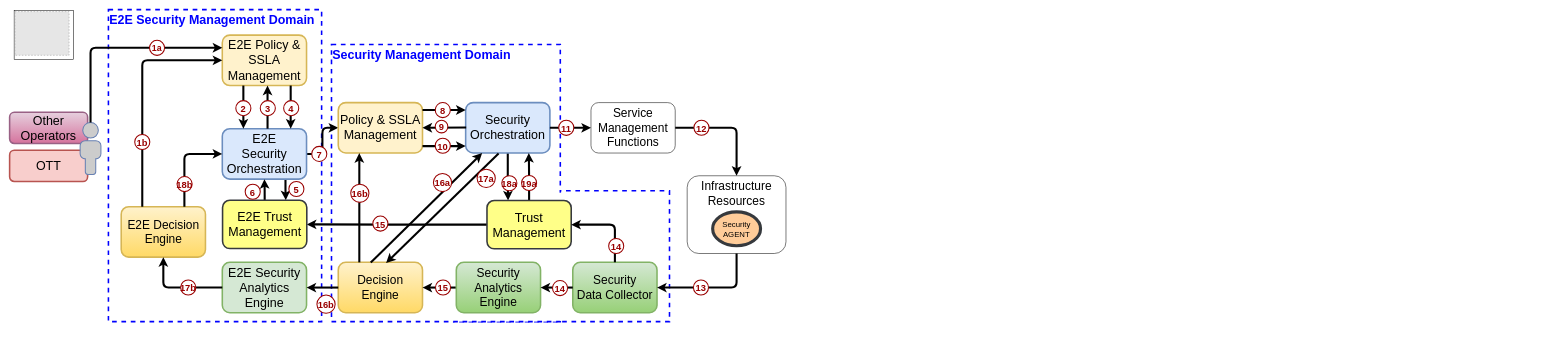
Earlier version of the draw.io diagram page "Closed Loops V2" (3 of 3) of Architecture2.drawio (INSPIRE-5Gplus/inspire5gpluswp2architecture). Source tidied: cells renumbered, new cells numbered last; positions are measured from the earlier drawing's top-left corner, leaving out a move shared by most shapes. Both pictures are drawn from the tidied source at 52%, with x=0, y=0 at pixel (9, 9). Pictures stored in the file or linked from it are replaced by grey dashed boxes.
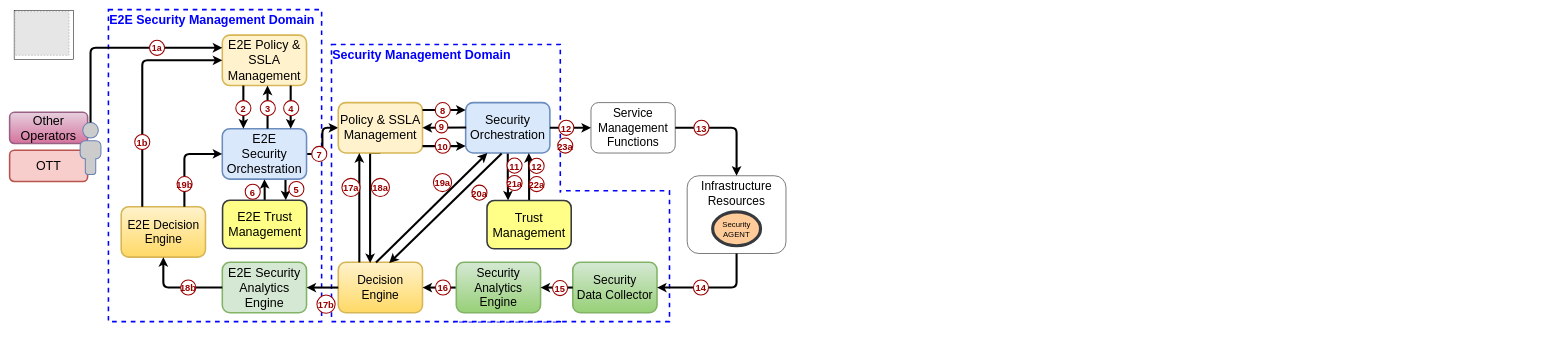
Above is the later version.

Commit message (it also covers changes not shown here):
Last closed loop version for D2.2

The change refers to these unchanged cells:
```xml
<mxCell id="14" style="group;" parent="1" vertex="1">
  <mxGeometry x="860" y="255.5" width="2100" height="409" as="geometry" />
</mxCell>
<mxCell id="15" value="Decision Engine" style="rounded=1;whiteSpace=wrap;html=1;gradientColor=#ffd966;fillColor=#fff2cc;strokeColor=#d6b656;labelPosition=center;verticalLabelPosition=middle;align=center;verticalAlign=middle;fontSize=23;strokeWidth=3;" parent="14" vertex="1">
  <mxGeometry x="-228" y="231.5" width="162" height="97" as="geometry" />
</mxCell>
<mxCell id="16" value="Security&lt;br&gt;Data Collector" style="rounded=1;whiteSpace=wrap;html=1;gradientColor=#97d077;fillColor=#d5e8d4;strokeColor=#82b366;labelPosition=center;verticalLabelPosition=middle;align=center;verticalAlign=middle;fontSize=23;strokeWidth=3;" parent="14" vertex="1">
  <mxGeometry x="223" y="231.5" width="162" height="97" as="geometry" />
</mxCell>
<mxCell id="27" value="Security&lt;br&gt;Orchestration" style="rounded=1;whiteSpace=wrap;html=1;strokeWidth=3;fillColor=#dae8fc;fontSize=24;strokeColor=#6c8ebf;verticalAlign=middle;" parent="1" vertex="1">
  <mxGeometry x="877" y="179.8" width="162" height="97" as="geometry" />
</mxCell>
<mxCell id="28" value="Policy &amp;amp; SSLA Management" style="rounded=1;whiteSpace=wrap;html=1;strokeWidth=3;fillColor=#fff2cc;fontSize=24;strokeColor=#d6b656;verticalAlign=middle;" parent="1" vertex="1">
  <mxGeometry x="632" y="179.8" width="162" height="97" as="geometry" />
</mxCell>
<mxCell id="67" value="Trust Management" style="rounded=1;whiteSpace=wrap;html=1;strokeWidth=3;fillColor=#ffff88;fontSize=24;strokeColor=#36393d;verticalAlign=middle;" parent="1" vertex="1">
  <mxGeometry x="918" y="368" width="162" height="93" as="geometry" />
</mxCell>
<mxCell id="74" value="E2E Trust Management" style="rounded=1;whiteSpace=wrap;html=1;strokeWidth=3;fillColor=#ffff88;fontSize=24;strokeColor=#36393d;verticalAlign=middle;" parent="1" vertex="1">
  <mxGeometry x="409.5" y="367.5" width="162" height="93" as="geometry" />
</mxCell>
```

Change to the diagram source:
```diff
@@
+    <mxCell id="79" value="23a" style="ellipse;fillColor=#ffffff;fontSize=18;fontStyle=1;spacing=0;strokeColor=#990000;strokeWidth=2;fontColor=#990000;" parent="14" vertex="1">
+      <mxGeometry x="194" y="-7.5" width="29" height="29" as="geometry" />
+    </mxCell>
@@
+    <mxCell id="80" style="edgeStyle=orthogonalEdgeStyle;rounded=0;jettySize=auto;html=1;exitX=0.5;exitY=1;exitDx=0;exitDy=0;entryX=0.378;entryY=0.015;entryDx=0;entryDy=0;entryPerimeter=0;strokeWidth=4;" parent="1" edge="1" source="28" target="15">
+      <mxGeometry relative="1" as="geometry">
+        <Array as="points">
+          <mxPoint x="693" y="277" />
+        </Array>
+      </mxGeometry>
+    </mxCell>
@@
-    <mxCell id="36" style="endArrow=classic;html=1;strokeWidth=4;fontSize=16;exitX=0.75;exitY=0;exitDx=0;exitDy=0;" parent="1" edge="1" target="27">
+    <mxCell id="36" style="endArrow=classic;html=1;strokeWidth=4;fontSize=16;exitX=0.75;exitY=0;exitDx=0;exitDy=0;" parent="1" edge="1">
       <mxGeometry relative="1" as="geometry">
-        <mxPoint x="694.5" y="487.5" as="sourcePoint" />
+        <mxPoint x="704.5" y="487.5" as="sourcePoint" />
+        <mxPoint x="918.7" y="276.8" as="targetPoint" />
       </mxGeometry>
     </mxCell>
@@
-    <mxCell id="44" value="11" style="ellipse;fillColor=#ffffff;fontSize=18;fontStyle=1;spacing=0;strokeColor=#990000;strokeWidth=2;fontColor=#990000;" parent="1" vertex="1">
+    <mxCell id="44" value="12" style="ellipse;fillColor=#ffffff;fontSize=18;fontStyle=1;spacing=0;strokeColor=#990000;strokeWidth=2;fontColor=#990000;" parent="1" vertex="1">
       <mxGeometry x="1056" y="213.8" width="29" height="29" as="geometry" />
     </mxCell>
-    <mxCell id="45" value="12" style="ellipse;fillColor=#ffffff;fontSize=18;fontStyle=1;spacing=0;strokeColor=#990000;strokeWidth=2;fontColor=#990000;" parent="1" vertex="1">
+    <mxCell id="45" value="13" style="ellipse;fillColor=#ffffff;fontSize=18;fontStyle=1;spacing=0;strokeColor=#990000;strokeWidth=2;fontColor=#990000;" parent="1" vertex="1">
       <mxGeometry x="1316" y="213.7" width="29" height="29" as="geometry" />
     </mxCell>
-    <mxCell id="46" value="15" style="ellipse;fillColor=#ffffff;fontSize=18;fontStyle=1;spacing=0;strokeColor=#990000;strokeWidth=2;fontColor=#990000;" parent="1" vertex="1">
+    <mxCell id="46" value="16" style="ellipse;fillColor=#ffffff;fontSize=18;fontStyle=1;spacing=0;strokeColor=#990000;strokeWidth=2;fontColor=#990000;" parent="1" vertex="1">
       <mxGeometry x="819" y="521" width="29" height="29" as="geometry" />
     </mxCell>
-    <mxCell id="47" value="16b" style="ellipse;fillColor=#ffffff;fontSize=18;fontStyle=1;spacing=0;strokeColor=#990000;strokeWidth=2;fontColor=#990000;" parent="1" vertex="1">
+    <mxCell id="47" value="17b" style="ellipse;fillColor=#ffffff;fontSize=18;fontStyle=1;spacing=0;strokeColor=#990000;strokeWidth=2;fontColor=#990000;" parent="1" vertex="1">
       <mxGeometry x="591" y="550" width="35" height="35" as="geometry" />
     </mxCell>
@@
-    <mxCell id="59" value="13" style="ellipse;fillColor=#ffffff;fontSize=18;fontStyle=1;spacing=0;strokeColor=#990000;strokeWidth=2;fontColor=#990000;" parent="1" vertex="1">
+    <mxCell id="59" value="14" style="ellipse;fillColor=#ffffff;fontSize=18;fontStyle=1;spacing=0;strokeColor=#990000;strokeWidth=2;fontColor=#990000;" parent="1" vertex="1">
       <mxGeometry x="1315" y="521" width="29" height="29" as="geometry" />
     </mxCell>
-    <mxCell id="60" value="14" style="ellipse;fillColor=#ffffff;fontSize=18;fontStyle=1;spacing=0;strokeColor=#990000;strokeWidth=2;fontColor=#990000;" parent="1" vertex="1">
+    <mxCell id="60" value="15" style="ellipse;fillColor=#ffffff;fontSize=18;fontStyle=1;spacing=0;strokeColor=#990000;strokeWidth=2;fontColor=#990000;" parent="1" vertex="1">
       <mxGeometry x="1044" y="522" width="29" height="29" as="geometry" />
     </mxCell>
-    <mxCell id="61" value="16b" style="ellipse;fillColor=#ffffff;fontSize=18;fontStyle=1;spacing=0;strokeColor=#990000;strokeWidth=2;fontColor=#990000;" parent="1" vertex="1">
-      <mxGeometry x="656" y="336.7" width="35" height="35" as="geometry" />
+    <mxCell id="61" value="17a" style="ellipse;fillColor=#ffffff;fontSize=18;fontStyle=1;spacing=0;strokeColor=#990000;strokeWidth=2;fontColor=#990000;" parent="1" vertex="1">
+      <mxGeometry x="639" y="325.5" width="35" height="35" as="geometry" />
     </mxCell>
-    <mxCell id="62" value="17b" style="ellipse;fillColor=#ffffff;fontSize=18;fontStyle=1;spacing=0;strokeColor=#990000;strokeWidth=2;fontColor=#990000;" parent="1" vertex="1">
+    <mxCell id="62" value="18b" style="ellipse;fillColor=#ffffff;fontSize=18;fontStyle=1;spacing=0;strokeColor=#990000;strokeWidth=2;fontColor=#990000;" parent="1" vertex="1">
       <mxGeometry x="329" y="521" width="29" height="29" as="geometry" />
     </mxCell>
-    <mxCell id="63" value="16a" style="ellipse;fillColor=#ffffff;fontSize=18;fontStyle=1;spacing=0;strokeColor=#990000;strokeWidth=2;fontColor=#990000;" parent="1" vertex="1">
+    <mxCell id="63" value="19a" style="ellipse;fillColor=#ffffff;fontSize=18;fontStyle=1;spacing=0;strokeColor=#990000;strokeWidth=2;fontColor=#990000;" parent="1" vertex="1">
       <mxGeometry x="815" y="316" width="35" height="35" as="geometry" />
     </mxCell>
-    <mxCell id="64" value="18b" style="ellipse;fillColor=#ffffff;fontSize=18;fontStyle=1;spacing=0;strokeColor=#990000;strokeWidth=2;fontColor=#990000;" parent="1" vertex="1">
+    <mxCell id="64" value="19b" style="ellipse;fillColor=#ffffff;fontSize=18;fontStyle=1;spacing=0;strokeColor=#990000;strokeWidth=2;fontColor=#990000;" parent="1" vertex="1">
       <mxGeometry x="322" y="322" width="29" height="29" as="geometry" />
     </mxCell>
@@
-    <mxCell id="66" style="edgeStyle=orthogonalEdgeStyle;rounded=1;jettySize=auto;html=1;exitX=0;exitY=0.5;exitDx=0;exitDy=0;startArrow=none;startFill=0;endArrow=classic;endFill=1;strokeWidth=4;" parent="1" edge="1" source="67" target="74">
-      <mxGeometry relative="1" as="geometry" />
-    </mxCell>
@@
-    <mxCell id="68" style="endArrow=none;html=1;strokeWidth=4;fontSize=16;exitX=0.567;exitY=0.015;exitDx=0;exitDy=0;entryX=0.391;entryY=1.011;entryDx=0;entryDy=0;startArrow=classic;startFill=1;endFill=0;entryPerimeter=0;exitPerimeter=0;" parent="1" edge="1" source="15" target="27">
-      <mxGeometry relative="1" as="geometry" />
+    <mxCell id="68" style="endArrow=none;html=1;strokeWidth=4;fontSize=16;exitX=0.567;exitY=0.015;exitDx=0;exitDy=0;entryX=0.391;entryY=1.011;entryDx=0;entryDy=0;startArrow=classic;startFill=1;endFill=0;entryPerimeter=0;exitPerimeter=0;" parent="1" edge="1">
+      <mxGeometry relative="1" as="geometry">
+        <mxPoint x="729.9" y="488.5" as="sourcePoint" />
+        <mxPoint x="946.3" y="277.8" as="targetPoint" />
+      </mxGeometry>
     </mxCell>
-    <mxCell id="69" value="17a" style="ellipse;fillColor=#ffffff;fontSize=18;fontStyle=1;spacing=0;strokeColor=#990000;strokeWidth=2;fontColor=#990000;" parent="1" vertex="1">
-      <mxGeometry x="899" y="308" width="35" height="35" as="geometry" />
+    <mxCell id="69" value="18a" style="ellipse;fillColor=#ffffff;fontSize=18;fontStyle=1;spacing=0;strokeColor=#990000;strokeWidth=2;fontColor=#990000;" parent="1" vertex="1">
+      <mxGeometry x="695.5" y="325.5" width="35" height="35" as="geometry" />
     </mxCell>
-    <mxCell id="70" style="edgeStyle=orthogonalEdgeStyle;rounded=1;jettySize=auto;html=1;exitX=0.5;exitY=0;exitDx=0;exitDy=0;entryX=1;entryY=0.5;entryDx=0;entryDy=0;startArrow=none;startFill=0;endArrow=classic;endFill=1;strokeWidth=4;" parent="1" edge="1" source="16" target="67">
-      <mxGeometry relative="1" as="geometry" />
-    </mxCell>
-    <mxCell id="71" value="14" style="ellipse;fillColor=#ffffff;fontSize=18;fontStyle=1;spacing=0;strokeColor=#990000;strokeWidth=2;fontColor=#990000;" parent="1" vertex="1">
-      <mxGeometry x="1152" y="441" width="29" height="29" as="geometry" />
-    </mxCell>
-    <mxCell id="72" value="19a" style="ellipse;fillColor=#ffffff;fontSize=18;fontStyle=1;spacing=0;strokeColor=#990000;strokeWidth=2;fontColor=#990000;" parent="1" vertex="1">
-      <mxGeometry x="984.5" y="320" width="29" height="29" as="geometry" />
+    <mxCell id="72" value="20a" style="ellipse;fillColor=#ffffff;fontSize=18;fontStyle=1;spacing=0;strokeColor=#990000;strokeWidth=2;fontColor=#990000;" parent="1" vertex="1">
+      <mxGeometry x="889" y="338.5" width="29" height="29" as="geometry" />
     </mxCell>
@@
-    <mxCell id="75" value="15" style="ellipse;fillColor=#ffffff;fontSize=18;fontStyle=1;spacing=0;strokeColor=#990000;strokeWidth=2;fontColor=#990000;" parent="1" vertex="1">
-      <mxGeometry x="698.5" y="398" width="29" height="29" as="geometry" />
-    </mxCell>
-    <mxCell id="76" value="18a" style="ellipse;fillColor=#ffffff;fontSize=18;fontStyle=1;spacing=0;strokeColor=#990000;strokeWidth=2;fontColor=#990000;" parent="1" vertex="1">
-      <mxGeometry x="946.5" y="320.5" width="29" height="29" as="geometry" />
+    <mxCell id="76" value="21a" style="ellipse;fillColor=#ffffff;fontSize=18;fontStyle=1;spacing=0;strokeColor=#990000;strokeWidth=2;fontColor=#990000;" parent="1" vertex="1">
+      <mxGeometry x="956.5" y="320" width="29" height="29" as="geometry" />
     </mxCell>
@@
+    <mxCell id="81" value="22a" style="ellipse;fillColor=#ffffff;fontSize=18;fontStyle=1;spacing=0;strokeColor=#990000;strokeWidth=2;fontColor=#990000;" parent="1" vertex="1">
+      <mxGeometry x="999" y="322" width="29" height="29" as="geometry" />
+    </mxCell>
+    <mxCell id="82" value="11" style="ellipse;fillColor=#ffffff;fontSize=18;fontStyle=1;spacing=0;strokeColor=#990000;strokeWidth=2;fontColor=#990000;" parent="1" vertex="1">
+      <mxGeometry x="956.5" y="286.5" width="29" height="29" as="geometry" />
+    </mxCell>
+    <mxCell id="83" value="12" style="ellipse;fillColor=#ffffff;fontSize=18;fontStyle=1;spacing=0;strokeColor=#990000;strokeWidth=2;fontColor=#990000;" parent="1" vertex="1">
+      <mxGeometry x="999" y="287" width="29" height="29" as="geometry" />
+    </mxCell>
```
